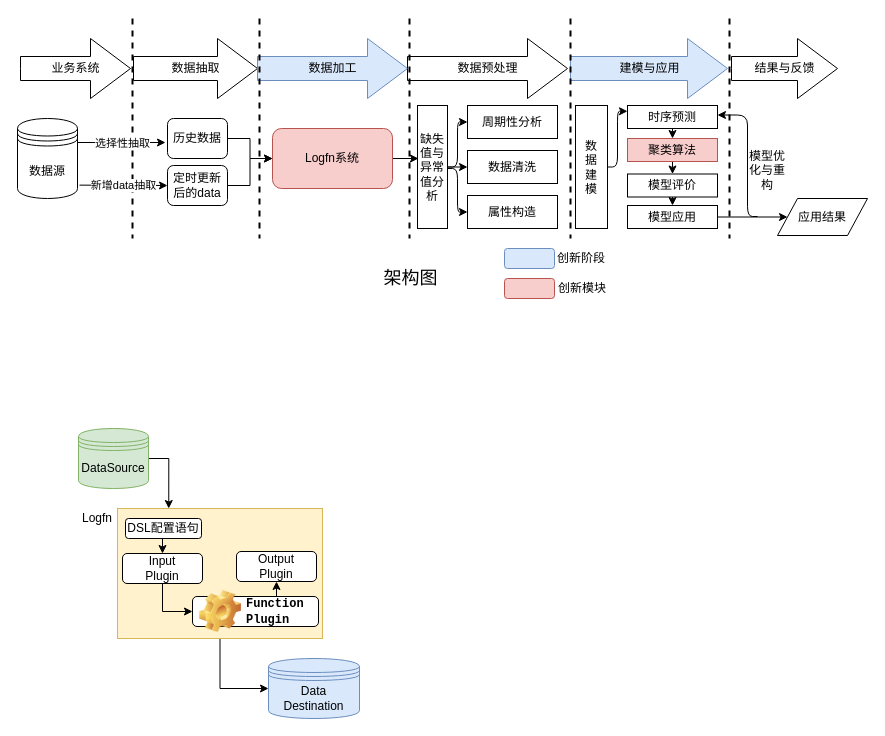
wuchenxi123/rent_car keeps this draw.io diagram as rent_car/故障检测流程图.drawio. Above is the earlier version. Source tidied: cells renumbered, new cells numbered last; positions are measured from the earlier drawing's top-left corner, leaving out a move shared by most shapes. Both pictures are drawn from the tidied source at 100%, with x=0, y=0 at pixel (17, 18).
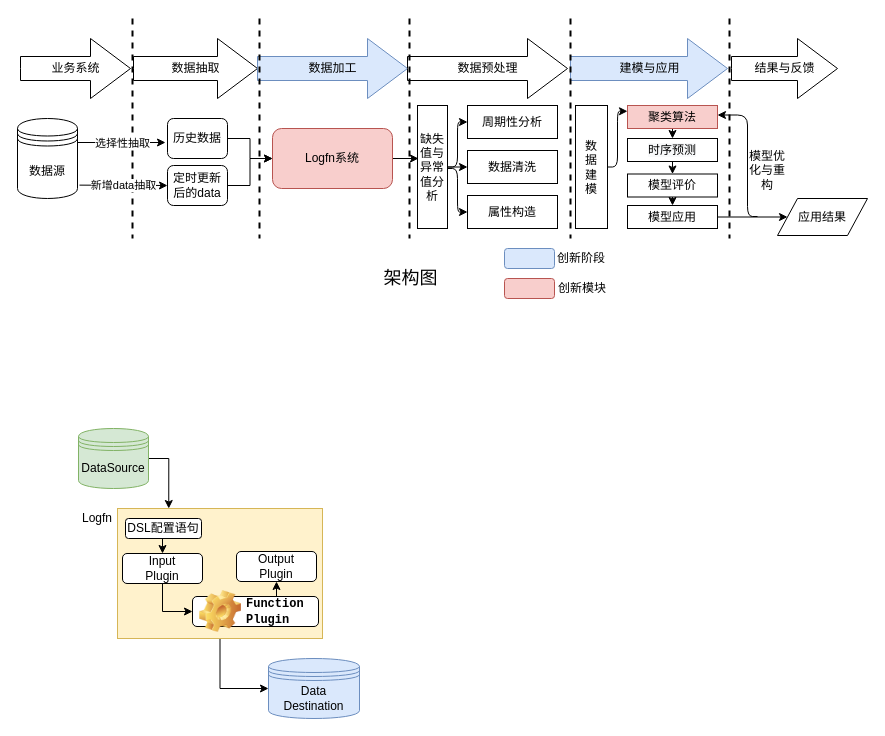
The same page after the edit.

Commit message:
故障检测流程图.drawio

What changed in the source:
```diff
@@
-    <mxCell id="43" value="时序预测" style="rounded=0;whiteSpace=wrap;html=1;" parent="1" vertex="1">
+    <mxCell id="43" value="聚类算法" style="rounded=0;whiteSpace=wrap;html=1;fillColor=#f8cecc;strokeColor=#b85450;" parent="1" vertex="1">
       <mxGeometry x="610" y="87" width="90" height="23" as="geometry" />
     </mxCell>
@@
-    <mxCell id="45" value="聚类算法" style="rounded=0;whiteSpace=wrap;html=1;fillColor=#f8cecc;strokeColor=#b85450;" parent="1" vertex="1">
+    <mxCell id="45" value="&lt;span style=&quot;color: rgb(0, 0, 0); font-family: helvetica; font-size: 12px; font-style: normal; font-weight: 400; letter-spacing: normal; text-align: center; text-indent: 0px; text-transform: none; word-spacing: 0px; background-color: rgb(248, 249, 250); display: inline; float: none;&quot;&gt;时序预测&lt;/span&gt;" style="rounded=0;whiteSpace=wrap;html=1;" parent="1" vertex="1">
       <mxGeometry x="610" y="120" width="90" height="23" as="geometry" />
     </mxCell>
```
